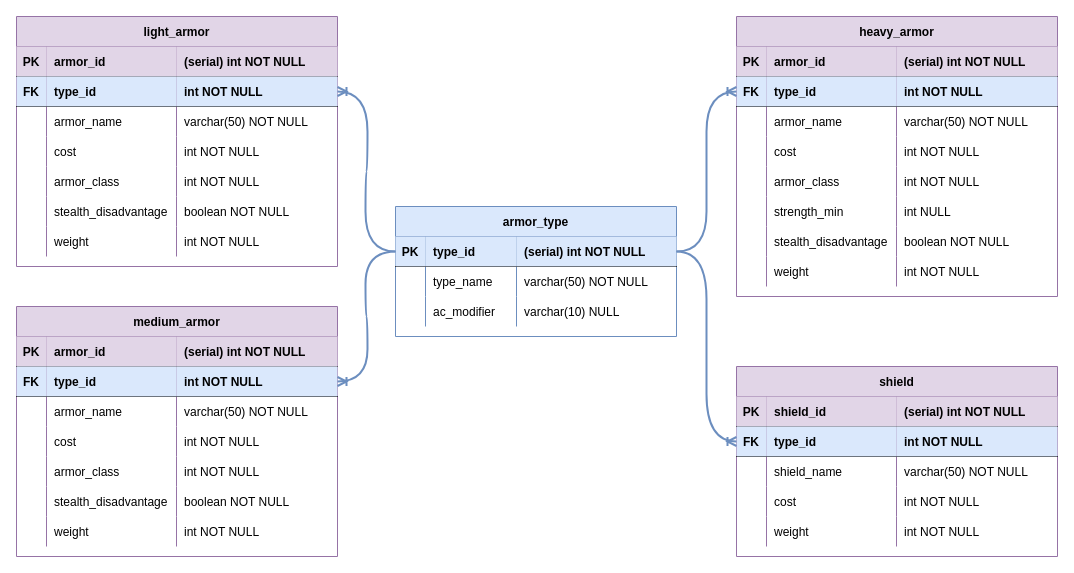
Earlier version of the draw.io diagram page "armor" (1 of 3) of diagrams/Entity Relationship Diagram.drawio (kschuljak/fantasy_shop). Source tidied: cells renumbered, new cells numbered last; positions are measured from the earlier drawing's top-left corner, leaving out a move shared by most shapes. Both pictures are drawn from the tidied source at 100%, with x=0, y=0 at pixel (16, 16).
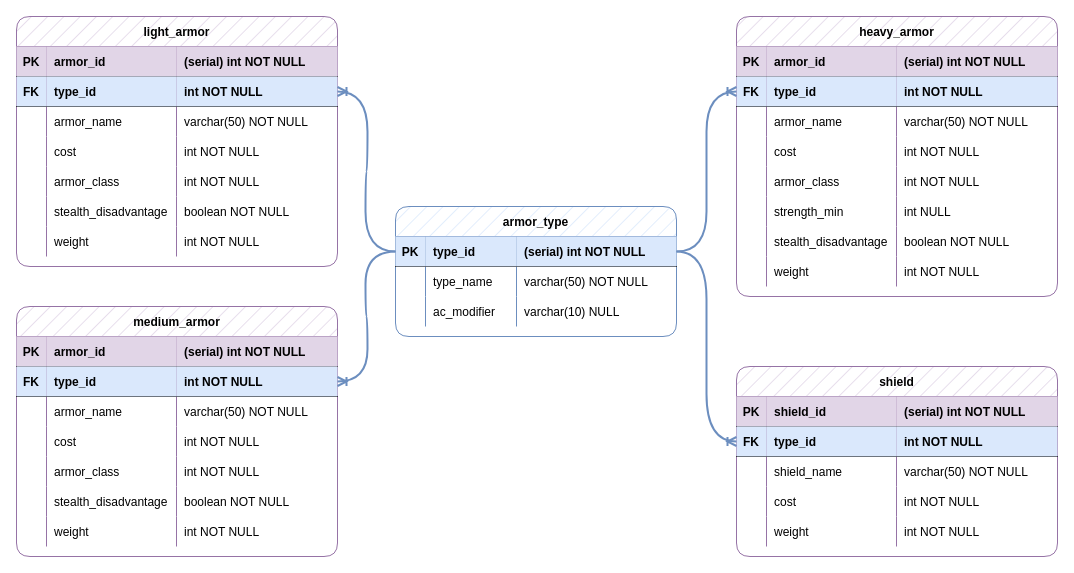
The same page after the edit.

Diff of the diagram source:
```diff
@@
-    <mxCell id="2" value="armor_type" style="shape=table;startSize=30;childLayout=tableLayout;rowLines=0;fontStyle=1;align=center;fillColor=#dae8fc;strokeColor=#6c8ebf;" parent="1" vertex="1">
+    <mxCell id="2" value="armor_type" style="shape=table;startSize=30;childLayout=tableLayout;rowLines=0;fontStyle=1;align=center;fillColor=#dae8fc;strokeColor=#6c8ebf;rounded=1;sketch=0;fillStyle=hatch;" parent="1" vertex="1">
       <mxGeometry x="379" y="190" width="281" height="130" as="geometry" />
     </mxCell>
@@
-    <mxCell id="15" value="light_armor" style="shape=table;startSize=30;childLayout=tableLayout;rowLines=0;fontStyle=1;align=center;fillColor=#e1d5e7;strokeColor=#9673a6;" parent="1" vertex="1">
+    <mxCell id="15" value="light_armor" style="shape=table;startSize=30;childLayout=tableLayout;rowLines=0;fontStyle=1;align=center;fillColor=#e1d5e7;strokeColor=#9673a6;rounded=1;sketch=0;fillStyle=hatch;" parent="1" vertex="1">
       <mxGeometry width="321" height="250" as="geometry" />
     </mxCell>
@@
-    <mxCell id="44" value="medium_armor" style="shape=table;startSize=30;childLayout=tableLayout;rowLines=0;fontStyle=1;align=center;fillColor=#e1d5e7;strokeColor=#9673a6;" parent="1" vertex="1">
+    <mxCell id="44" value="medium_armor" style="shape=table;startSize=30;childLayout=tableLayout;rowLines=0;fontStyle=1;align=center;fillColor=#e1d5e7;strokeColor=#9673a6;rounded=1;sketch=0;fillStyle=hatch;" parent="1" vertex="1">
       <mxGeometry y="290" width="321" height="250" as="geometry" />
     </mxCell>
@@
-    <mxCell id="73" value="heavy_armor" style="shape=table;startSize=30;childLayout=tableLayout;rowLines=0;fontStyle=1;align=center;fillColor=#e1d5e7;strokeColor=#9673a6;" parent="1" vertex="1">
+    <mxCell id="73" value="heavy_armor" style="shape=table;startSize=30;childLayout=tableLayout;rowLines=0;fontStyle=1;align=center;fillColor=#e1d5e7;strokeColor=#9673a6;rounded=1;sketch=0;fillStyle=hatch;" parent="1" vertex="1">
       <mxGeometry x="720" width="321" height="280" as="geometry" />
     </mxCell>
@@
-    <mxCell id="106" value="shield" style="shape=table;startSize=30;childLayout=tableLayout;rowLines=0;fontStyle=1;align=center;fillColor=#e1d5e7;strokeColor=#9673a6;" parent="1" vertex="1">
+    <mxCell id="106" value="shield" style="shape=table;startSize=30;childLayout=tableLayout;rowLines=0;fontStyle=1;align=center;fillColor=#e1d5e7;strokeColor=#9673a6;rounded=1;sketch=0;fillStyle=hatch;" parent="1" vertex="1">
       <mxGeometry x="720" y="350" width="321" height="190" as="geometry" />
     </mxCell>
```
